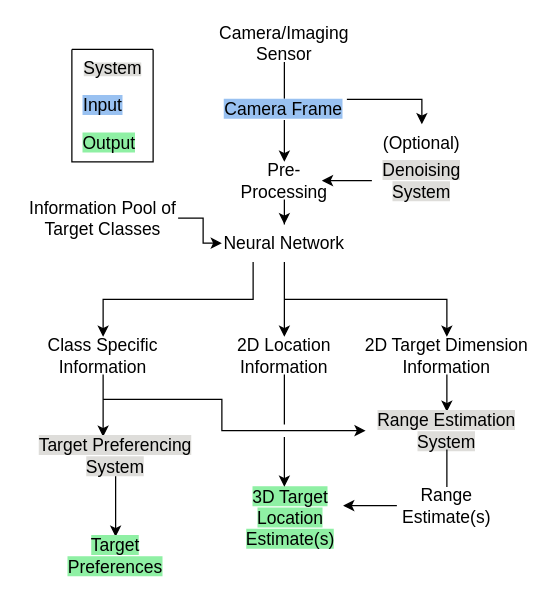
Above: Imaging-And-Estimation-System.drawio in jukkajo/satunnaista-tavaraa (draw.io), before the change. Source tidied: cells renumbered, new cells numbered last; positions are measured from the earlier drawing's top-left corner, leaving out a move shared by most shapes. Both pictures are drawn from the tidied source at 125%, with x=0, y=0 at pixel (21, 24).
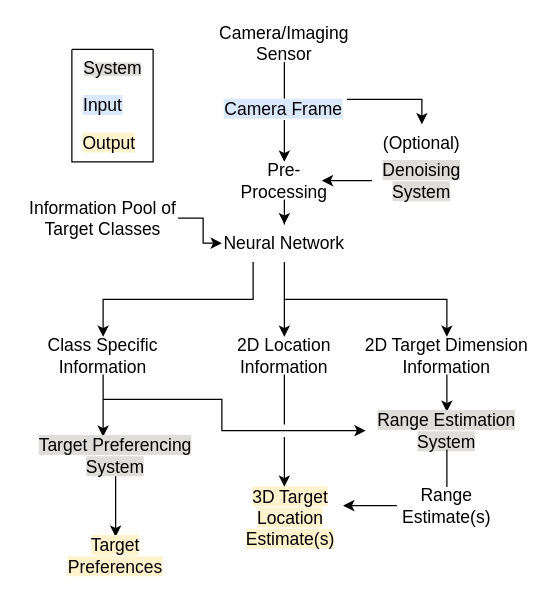
Above is the later version.

The change refers to these unchanged cells:
```xml
<mxCell id="2" style="edgeStyle=orthogonalEdgeStyle;rounded=0;jettySize=auto;html=1;" parent="1" edge="1" source="4" target="8">
  <mxGeometry relative="1" as="geometry" />
</mxCell>
```

What changed in the source:
```diff
@@
-    <mxCell id="3" value="&lt;font style=&quot;font-size: 14px; background-color: rgb(153, 193, 241);&quot;&gt;Camera Frame&lt;/font&gt;" style="edgeLabel;html=1;align=center;verticalAlign=middle;" parent="2" vertex="1">
+    <mxCell id="3" value="&lt;font style=&quot;font-size: 14px; background-color: rgb(218, 232, 252);&quot;&gt;Camera Frame&lt;/font&gt;" style="edgeLabel;html=1;align=center;verticalAlign=middle;" parent="2" vertex="1">
       <mxGeometry x="-0.07" y="-2" relative="1" as="geometry" />
     </mxCell>
@@
-    <mxCell id="21" value="&lt;font style=&quot;font-size: 14px; background-color: rgb(143, 240, 164);&quot;&gt;3D Target Location Estimate(s)&lt;br&gt;&lt;/font&gt;" style="text;html=1;align=center;verticalAlign=middle;whiteSpace=wrap;rounded=0;" parent="1" vertex="1">
+    <mxCell id="21" value="&lt;font style=&quot;font-size: 14px; background-color: rgb(255, 242, 204);&quot;&gt;3D Target Location Estimate(s)&lt;br&gt;&lt;/font&gt;" style="text;html=1;align=center;verticalAlign=middle;whiteSpace=wrap;rounded=0;" parent="1" vertex="1">
       <mxGeometry x="165" y="380" width="100" height="30" as="geometry" />
     </mxCell>
@@
-    <mxCell id="24" value="&lt;font style=&quot;font-size: 14px; background-color: rgb(143, 240, 164);&quot;&gt;Target Preferences&lt;br&gt;&lt;/font&gt;" style="text;html=1;align=center;verticalAlign=middle;whiteSpace=wrap;rounded=0;" parent="1" vertex="1">
+    <mxCell id="24" value="&lt;font style=&quot;font-size: 14px; background-color: rgb(255, 242, 204);&quot;&gt;Target Preferences&lt;br&gt;&lt;/font&gt;" style="text;html=1;align=center;verticalAlign=middle;whiteSpace=wrap;rounded=0;" parent="1" vertex="1">
       <mxGeometry x="45" y="410" width="60" height="30" as="geometry" />
     </mxCell>
@@
-    <mxCell id="33" value="&lt;font style=&quot;font-size: 14px; background-color: rgb(153, 193, 241);&quot;&gt;Input&lt;/font&gt;" style="text;html=1;align=center;verticalAlign=middle;whiteSpace=wrap;rounded=0;" parent="1" vertex="1">
+    <mxCell id="33" value="&lt;font style=&quot;font-size: 14px; background-color: rgb(218, 232, 252);&quot;&gt;Input&lt;/font&gt;" style="text;html=1;align=center;verticalAlign=middle;whiteSpace=wrap;rounded=0;" parent="1" vertex="1">
       <mxGeometry x="35" y="50" width="60" height="30" as="geometry" />
     </mxCell>
-    <mxCell id="34" value="&lt;font style=&quot;font-size: 14px; background-color: rgb(143, 240, 164);&quot;&gt;Output&lt;/font&gt;" style="text;html=1;align=center;verticalAlign=middle;whiteSpace=wrap;rounded=0;" parent="1" vertex="1">
+    <mxCell id="34" value="&lt;font style=&quot;font-size: 14px; background-color: rgb(255, 242, 204);&quot;&gt;Output&lt;/font&gt;" style="text;html=1;align=center;verticalAlign=middle;whiteSpace=wrap;rounded=0;" parent="1" vertex="1">
       <mxGeometry x="40" y="80" width="60" height="30" as="geometry" />
     </mxCell>
```
